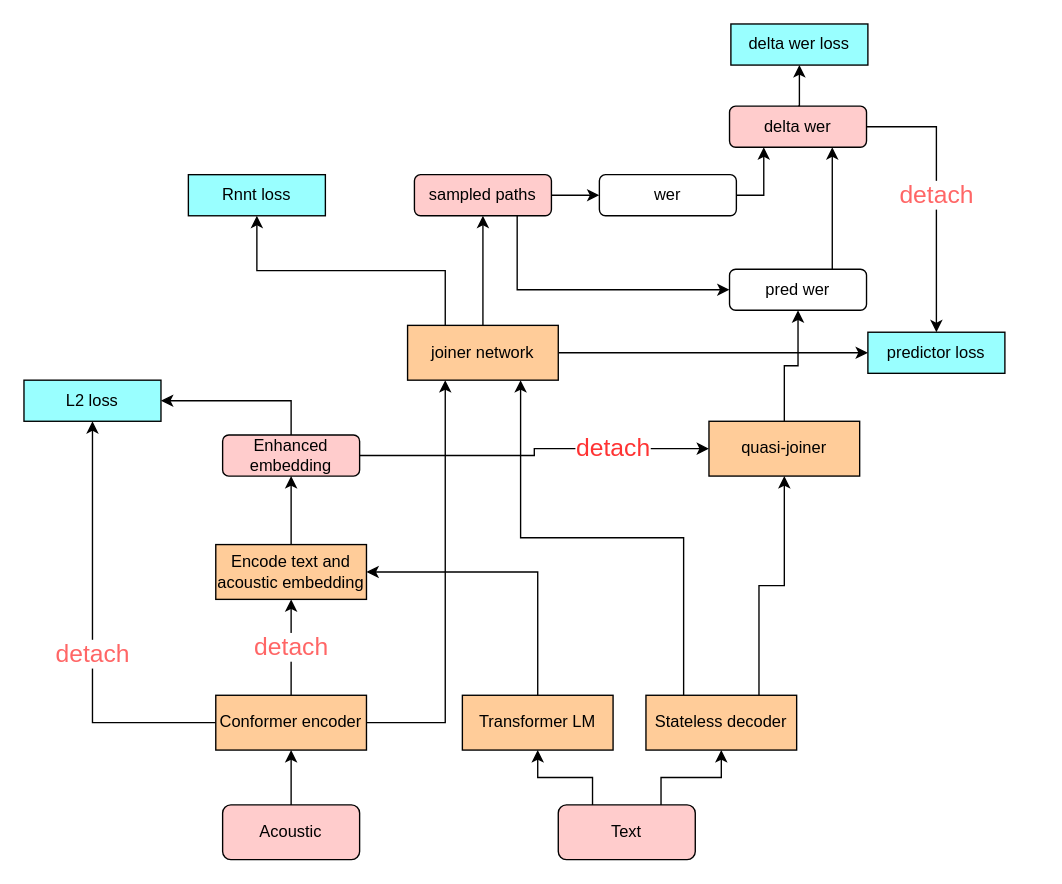
This is work/mbr_structure.drawio from pkufool/drawio, a draw.io file, before an edit. Source tidied: cells renumbered, new cells numbered last; positions are measured from the earlier drawing's top-left corner, leaving out a move shared by most shapes. Both pictures are drawn from the tidied source at 137%, with x=0, y=0 at pixel (23, 23).
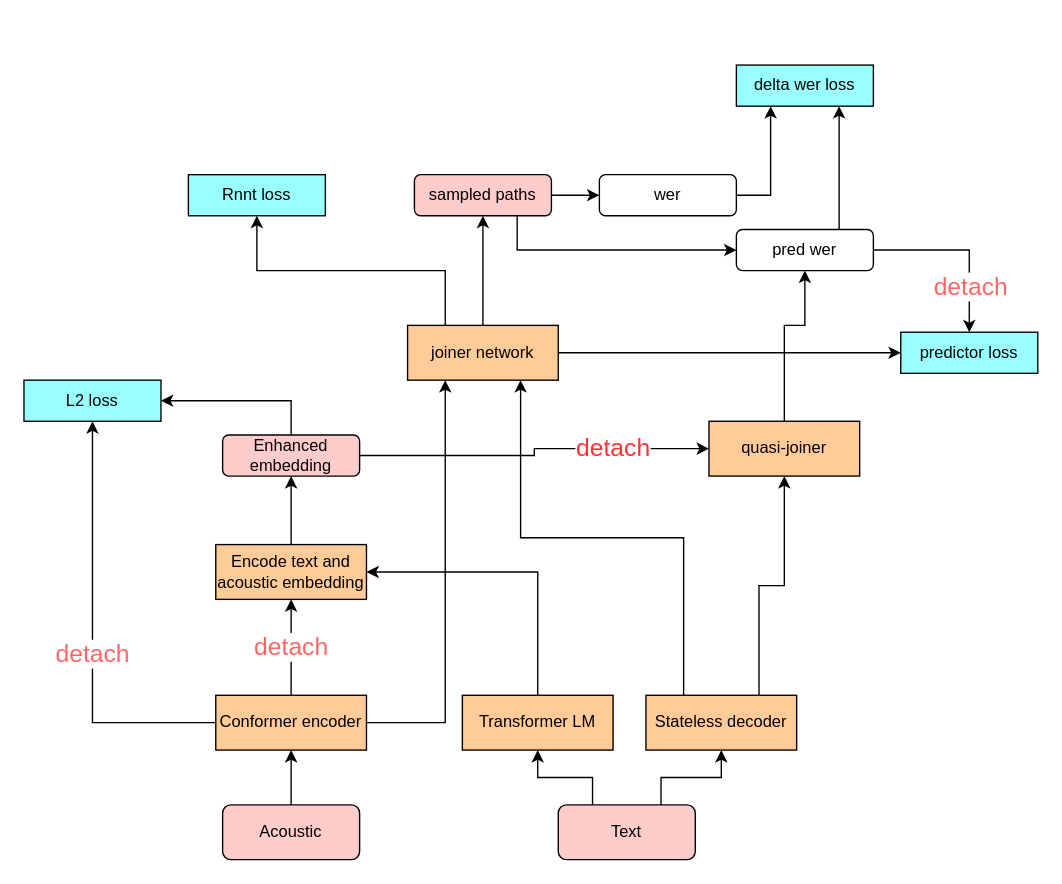
The same page after the edit.

Unchanged cells that the change refers to:
```xml
<mxCell id="34" value="wer" style="rounded=1;whiteSpace=wrap;html=1;" parent="1" vertex="1">
  <mxGeometry x="420" y="110" width="100" height="30" as="geometry" />
</mxCell>
<mxCell id="39" value="quasi-joiner" style="rounded=0;whiteSpace=wrap;html=1;fillColor=#FFCC99;" parent="1" vertex="1">
  <mxGeometry x="500" y="290" width="110" height="40" as="geometry" />
</mxCell>
```

The edit, as a diff of the source:
```diff
@@
-    <mxCell id="31" style="edgeStyle=orthogonalEdgeStyle;rounded=0;jettySize=auto;html=1;exitX=0.75;exitY=0;exitDx=0;exitDy=0;entryX=0.75;entryY=1;entryDx=0;entryDy=0;" parent="1" edge="1" source="32" target="37">
+    <mxCell id="31" style="edgeStyle=orthogonalEdgeStyle;rounded=0;jettySize=auto;html=1;exitX=0.75;exitY=0;exitDx=0;exitDy=0;entryX=0.75;entryY=1;entryDx=0;entryDy=0;" parent="1" edge="1" source="32" target="41">
       <mxGeometry relative="1" as="geometry" />
     </mxCell>
+    <mxCell id="42" style="edgeStyle=orthogonalEdgeStyle;rounded=0;jettySize=auto;html=1;exitX=1;exitY=0.5;exitDx=0;exitDy=0;entryX=0.5;entryY=0;entryDx=0;entryDy=0;fontSize=18;fontColor=#FF6666;" parent="1" edge="1" source="32" target="40">
+      <mxGeometry relative="1" as="geometry" />
+    </mxCell>
+    <mxCell id="35" value="detach" style="edgeLabel;html=1;align=center;verticalAlign=middle;fontSize=18;fontColor=#FF6666;" parent="42" vertex="1">
+      <mxGeometry x="0.15" y="-1" relative="1" as="geometry">
+        <mxPoint x="1" y="21" as="offset" />
+      </mxGeometry>
+    </mxCell>
     <mxCell id="32" value="pred wer" style="rounded=1;whiteSpace=wrap;html=1;" parent="1" vertex="1">
-      <mxGeometry x="515" y="179" width="100" height="30" as="geometry" />
+      <mxGeometry x="520" y="150" width="100" height="30" as="geometry" />
     </mxCell>
-    <mxCell id="33" style="edgeStyle=orthogonalEdgeStyle;rounded=0;jettySize=auto;html=1;exitX=1;exitY=0.5;exitDx=0;exitDy=0;entryX=0.25;entryY=1;entryDx=0;entryDy=0;" parent="1" edge="1" source="34" target="37">
+    <mxCell id="33" style="edgeStyle=orthogonalEdgeStyle;rounded=0;jettySize=auto;html=1;exitX=1;exitY=0.5;exitDx=0;exitDy=0;entryX=0.25;entryY=1;entryDx=0;entryDy=0;" parent="1" edge="1" source="34" target="41">
       <mxGeometry relative="1" as="geometry" />
     </mxCell>
@@
-    <mxCell id="35" value="&lt;font color=&quot;#ff6666&quot; style=&quot;font-size: 18px;&quot;&gt;detach&lt;/font&gt;" style="edgeStyle=orthogonalEdgeStyle;rounded=0;jettySize=auto;html=1;exitX=1;exitY=0.5;exitDx=0;exitDy=0;entryX=0.5;entryY=0;entryDx=0;entryDy=0;" parent="1" edge="1" source="37" target="40">
-      <mxGeometry relative="1" as="geometry" />
-    </mxCell>
-    <mxCell id="36" style="edgeStyle=orthogonalEdgeStyle;rounded=0;jettySize=auto;html=1;exitX=0.5;exitY=0;exitDx=0;exitDy=0;entryX=0.5;entryY=1;entryDx=0;entryDy=0;" parent="1" edge="1" source="37" target="41">
-      <mxGeometry relative="1" as="geometry" />
-    </mxCell>
-    <mxCell id="37" value="delta wer" style="rounded=1;whiteSpace=wrap;html=1;strokeColor=#000000;fillColor=#FFCCCC;" parent="1" vertex="1">
-      <mxGeometry x="515" y="60" width="100" height="30" as="geometry" />
-    </mxCell>
-    <mxCell id="38" style="edgeStyle=orthogonalEdgeStyle;rounded=0;jettySize=auto;html=1;exitX=0.5;exitY=0;exitDx=0;exitDy=0;entryX=0.5;entryY=1;entryDx=0;entryDy=0;" parent="1" edge="1" source="39" target="32">
-      <mxGeometry relative="1" as="geometry" />
+    <mxCell id="38" style="edgeStyle=orthogonalEdgeStyle;rounded=0;jettySize=auto;html=1;exitX=0.5;exitY=0;exitDx=0;exitDy=0;entryX=0.5;entryY=1;entryDx=0;entryDy=0;fontSize=18;fontColor=#FF6666;" parent="1" edge="1" source="39" target="32">
+      <mxGeometry relative="1" as="geometry">
+        <Array as="points">
+          <mxPoint x="555" y="220" />
+          <mxPoint x="570" y="220" />
+        </Array>
+      </mxGeometry>
     </mxCell>
@@
     <mxCell id="40" value="predictor loss" style="rounded=0;whiteSpace=wrap;html=1;fillColor=#99FFFF;" parent="1" vertex="1">
-      <mxGeometry x="616" y="225" width="100" height="30" as="geometry" />
+      <mxGeometry x="640" y="225" width="100" height="30" as="geometry" />
     </mxCell>
     <mxCell id="41" value="delta wer loss" style="rounded=0;whiteSpace=wrap;html=1;fillColor=#99FFFF;" parent="1" vertex="1">
-      <mxGeometry x="516" width="100" height="30" as="geometry" />
+      <mxGeometry x="520" y="30" width="100" height="30" as="geometry" />
     </mxCell>
```
